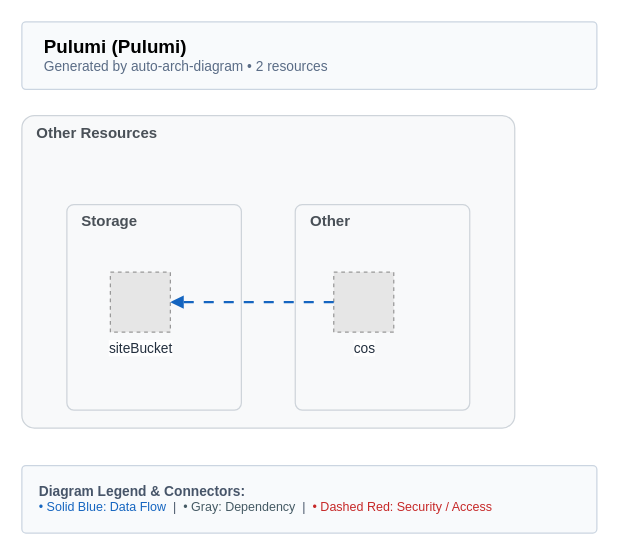
This is examples/serverless-website/ibm/pulumi/architecture-diagram.drawio from suryakumaran2611/auto-arch-diagram, a draw.io file, before an edit. Source tidied: cells renumbered, new cells numbered last; positions are measured from the earlier drawing's top-left corner, leaving out a move shared by most shapes. Both pictures are drawn from the tidied source at 125%, with x=0, y=0 at pixel (21, 21). Pictures stored in the file or linked from it are replaced by grey dashed boxes.
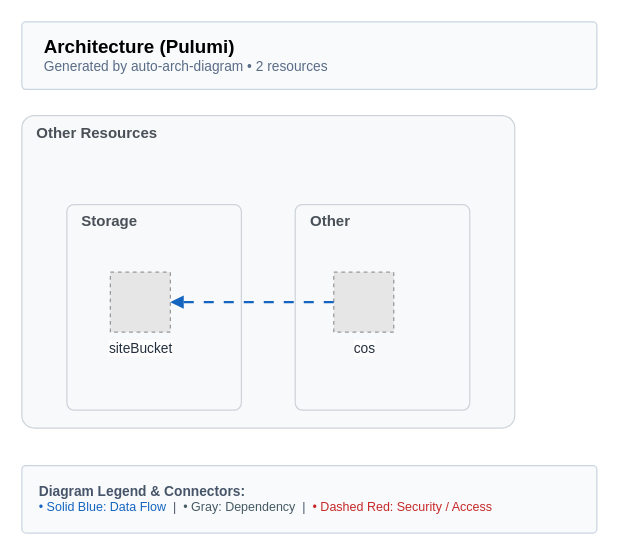
Above is the later version.

The edit, as a diff of the source:
```diff
@@
 <mxGraphModel background="#FFFFFF">
   <root>
     <mxCell id="0" />
     <mxCell id="1" parent="0" />
-    <mxCell id="2" value="&lt;b style='font-size:15px;'&gt;Pulumi (Pulumi)&lt;/b&gt;&lt;br/&gt;&lt;span style='font-size:11px;color:#5A6C86;'&gt;Generated by auto-arch-diagram &amp;bull; 2 resources&lt;/span&gt;" style="rounded=1;whiteSpace=wrap;html=1;arcSize=6;fillColor=#F8FAFC;strokeColor=#CBD5E1;strokeWidth=1;align=left;spacingLeft=16;verticalAlign=middle;" parent="1" vertex="1">
+    <mxCell id="2" value="&lt;b style='font-size:15px;'&gt;Architecture (Pulumi)&lt;/b&gt;&lt;br/&gt;&lt;span style='font-size:11px;color:#5A6C86;'&gt;Generated by auto-arch-diagram &amp;bull; 2 resources&lt;/span&gt;" style="rounded=1;whiteSpace=wrap;html=1;arcSize=6;fillColor=#F8FAFC;strokeColor=#CBD5E1;strokeWidth=1;align=left;spacingLeft=16;verticalAlign=middle;" parent="1" vertex="1">
       <mxGeometry width="460" height="54" as="geometry" />
     </mxCell>
     <mxCell id="3" value="Other Resources" style="rounded=1;whiteSpace=wrap;html=1;arcSize=4;verticalAlign=top;align=left;spacingLeft=10;fontSize=12;fontStyle=1;fillColor=#F8F9FA;strokeColor=#CED4DA;fontColor=#495057;" parent="1" vertex="1">
       <mxGeometry y="75" width="394.3" height="249.9" as="geometry" />
     </mxCell>
     <mxCell id="4" value="Storage" style="rounded=1;whiteSpace=wrap;html=1;arcSize=4;verticalAlign=top;align=left;spacingLeft=10;fontSize=12;fontStyle=1;fillColor=#F8F9FA;strokeColor=#CED4DA;fontColor=#495057;" parent="3" vertex="1">
       <mxGeometry x="36" y="71.2" width="139.6" height="164.3" as="geometry" />
     </mxCell>
     <mxCell id="5" value="siteBucket" style="fillColor=#E6E6E6;strokeColor=#999999;dashed=1;html=1;verticalLabelPosition=bottom;verticalAlign=top;fontSize=11;fontColor=#232F3E;labelBackgroundColor=#FFFFFF;" parent="4" vertex="1">
       <mxGeometry x="34.8" y="54" width="48" height="48" as="geometry" />
     </mxCell>
     <mxCell id="6" value="Other" style="rounded=1;whiteSpace=wrap;html=1;arcSize=4;verticalAlign=top;align=left;spacingLeft=10;fontSize=12;fontStyle=1;fillColor=#F8F9FA;strokeColor=#CED4DA;fontColor=#495057;" parent="3" vertex="1">
       <mxGeometry x="218.7" y="71.2" width="139.6" height="164.3" as="geometry" />
     </mxCell>
     <mxCell id="7" value="cos" style="fillColor=#E6E6E6;strokeColor=#999999;dashed=1;html=1;verticalLabelPosition=bottom;verticalAlign=top;fontSize=11;fontColor=#232F3E;labelBackgroundColor=#FFFFFF;" parent="6" vertex="1">
       <mxGeometry x="30.8" y="54" width="48" height="48" as="geometry" />
     </mxCell>
     <mxCell id="8" value="&lt;b style='font-size:11px;'&gt;Diagram Legend &amp;amp; Connectors:&lt;/b&gt;&lt;br/&gt;&lt;span style='color:#1565C0;'&gt;&amp;bull; Solid Blue: Data Flow&lt;/span&gt; &amp;nbsp;|&amp;nbsp; &lt;span style='color:#455A64;'&gt;&amp;bull; Gray: Dependency&lt;/span&gt; &amp;nbsp;|&amp;nbsp; &lt;span style='color:#C62828;'&gt;&amp;bull; Dashed Red: Security / Access&lt;/span&gt;" style="rounded=1;whiteSpace=wrap;html=1;arcSize=6;fillColor=#F8FAFC;strokeColor=#CBD5E1;strokeWidth=1;fontSize=10;fontColor=#475569;align=left;spacingLeft=12;spacingRight=12;verticalAlign=middle;" parent="1" vertex="1">
       <mxGeometry y="354.9" width="460" height="54" as="geometry" />
     </mxCell>
     <mxCell id="9" style="edgeStyle=orthogonalEdgeStyle;rounded=1;arcSize=10;html=1;jettySize=auto;curved=0;jumpStyle=arc;jumpSize=6;dashed=1;dashPattern=8 8;fixDash=1;flowAnimation=1;strokeColor=#1565C0;strokeWidth=1.8;endArrow=block;endFill=1;endArrowSize=5;exitX=0;exitY=0.5;exitDx=0;exitDy=0;entryX=1;entryY=0.5;entryDx=0;entryDy=0;" parent="1" edge="1" source="7" target="5">
       <mxGeometry relative="1" as="geometry" />
     </mxCell>
   </root>
 </mxGraphModel>
```
